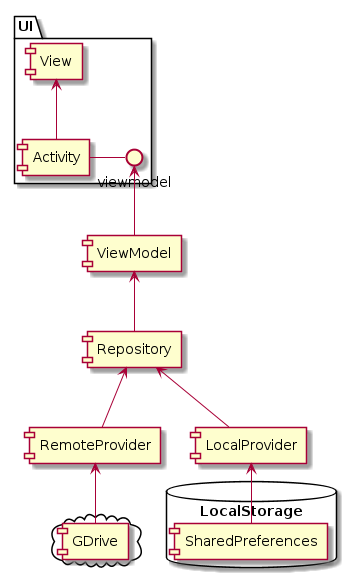
Earlier version of the PlantUML export uml/app_structure.png (jcinco/anqlave-assignment).
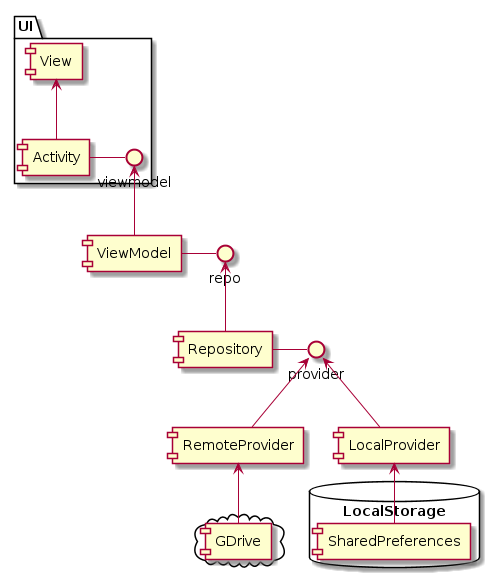
The same diagram one commit later.

Commit message:
Added app structure

The edit, as a diff of the source:
```diff
@@ -5,10 +5,13 @@
   [Activity] -up-> View
 }
 
+[ViewModel] - repo
 [ViewModel] -up-> viewmodel
-[Repository] -up-> ViewModel
-[LocalProvider] -up-> Repository
-[RemoteProvider] -up-> Repository
+
+[Repository] - provider
+[Repository] -up-> repo
+[LocalProvider] -up-> provider
+[RemoteProvider] -up-> provider
 
 
 database "LocalStorage" {
```
